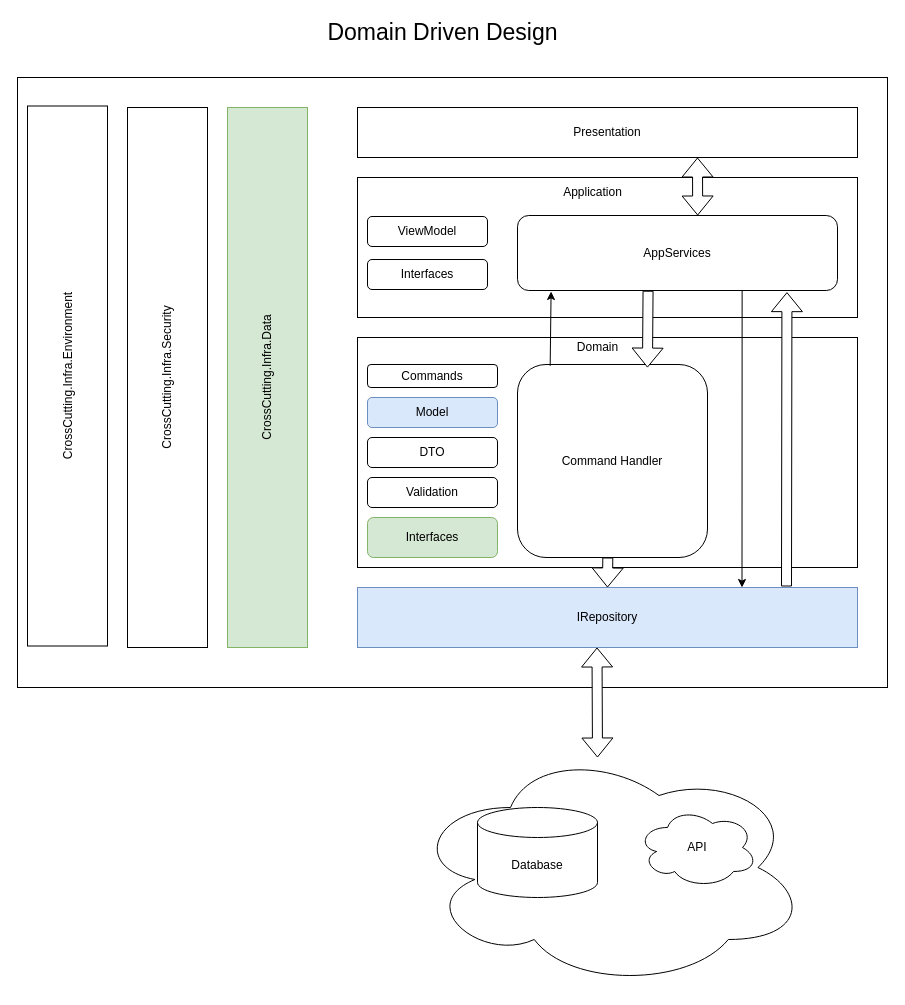
Earlier version of the draw.io diagram page "DDD" (6 of 9) of docs/Documentation.drawio (jairodemelo/APITest). Source tidied: cells renumbered, new cells numbered last; positions are measured from the earlier drawing's top-left corner, leaving out a move shared by most shapes. Both pictures are drawn from the tidied source at 100%, with x=0, y=0 at pixel (17, 17).
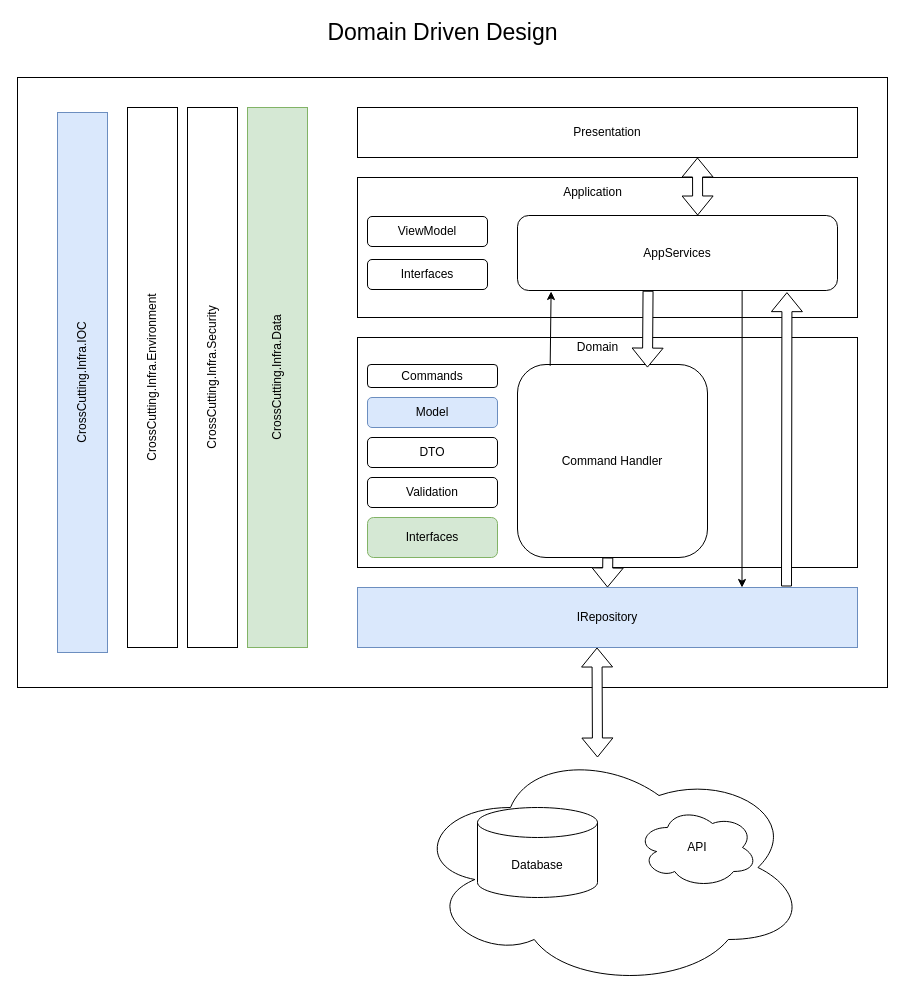
The same diagram, later.

The edit, as a diff of the source:
```diff
@@
     <mxCell id="21" value="CrossCutting.Infra.Data" style="rounded=0;whiteSpace=wrap;html=1;fontSize=12;horizontal=0;fillColor=#d5e8d4;strokeColor=#82b366;" parent="1" vertex="1">
-      <mxGeometry x="210" y="90" width="80" height="540" as="geometry" />
+      <mxGeometry x="230" y="90" width="60" height="540" as="geometry" />
     </mxCell>
@@
     <mxCell id="30" value="CrossCutting.Infra.Security" style="rounded=0;whiteSpace=wrap;html=1;fontSize=12;horizontal=0;" parent="1" vertex="1">
-      <mxGeometry x="110" y="90" width="80" height="540" as="geometry" />
+      <mxGeometry x="170" y="90" width="50" height="540" as="geometry" />
     </mxCell>
     <mxCell id="31" value="CrossCutting.Infra.Environment" style="rounded=0;whiteSpace=wrap;html=1;fontSize=12;horizontal=0;" parent="1" vertex="1">
-      <mxGeometry x="10" y="88.5" width="80" height="540" as="geometry" />
+      <mxGeometry x="110" y="90" width="50" height="540" as="geometry" />
     </mxCell>
+    <mxCell id="32" value="CrossCutting.Infra.IOC" style="rounded=0;whiteSpace=wrap;html=1;fontSize=12;horizontal=0;fillColor=#dae8fc;strokeColor=#6c8ebf;" parent="1" vertex="1">
+      <mxGeometry x="40" y="95" width="50" height="540" as="geometry" />
+    </mxCell>
```
